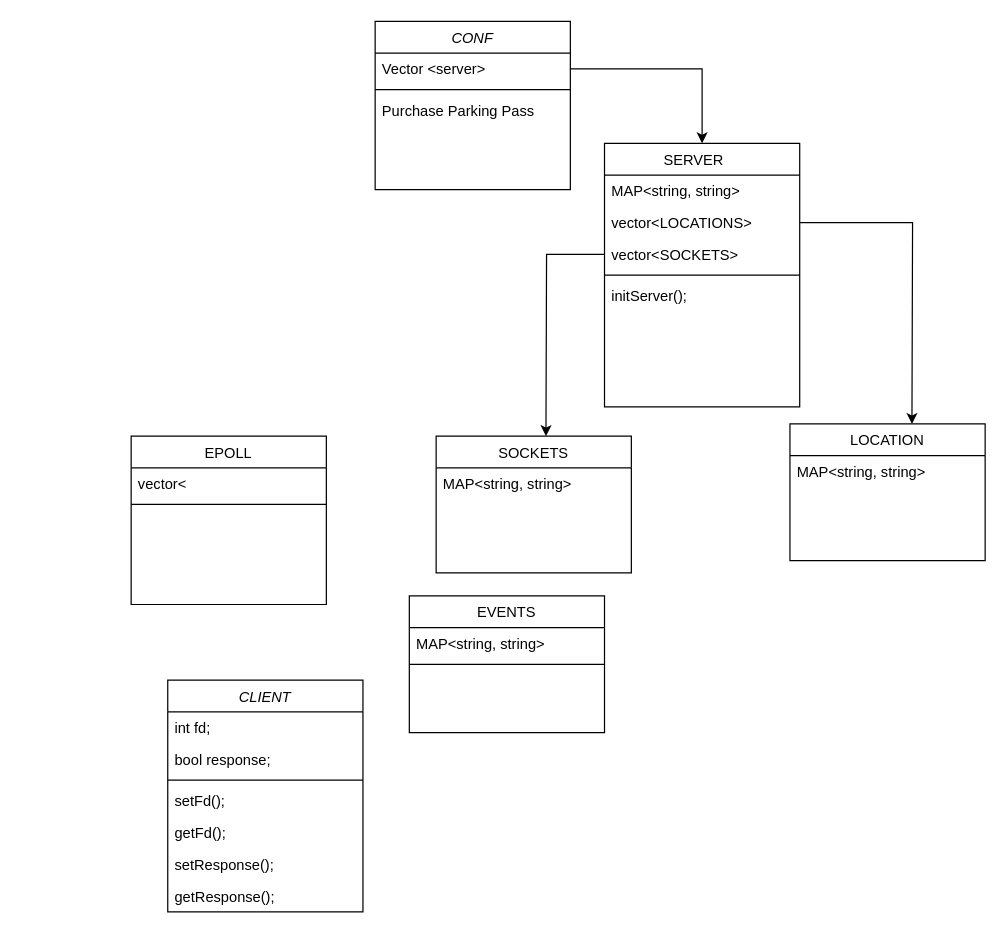
The draw.io diagram server/include/Diagrama sem nome.drawio in Andrefcampos/Web_Server_42sp, before the edit. Source tidied: cells renumbered, new cells numbered last; positions are measured from the earlier drawing's top-left corner, leaving out a move shared by most shapes. Both pictures are drawn from the tidied source at 122%, with x=0, y=0 at pixel (131, 21).
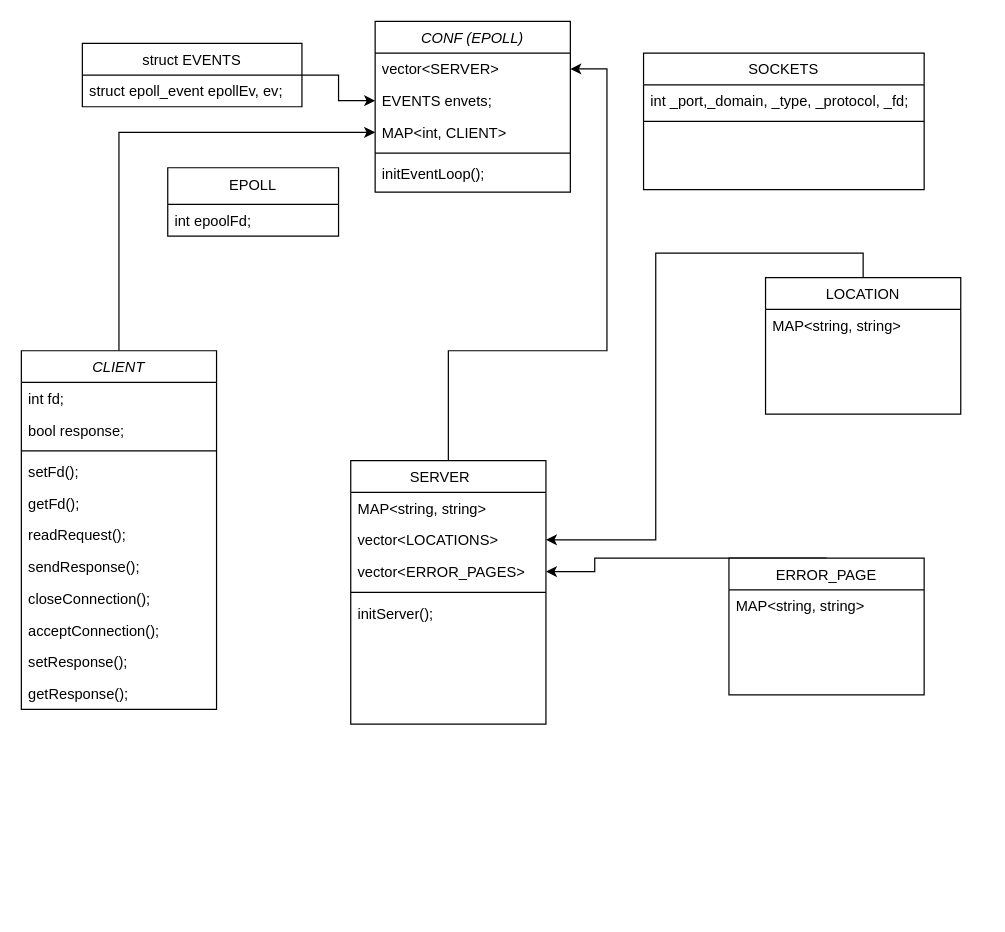
The same page after the edit.

Unchanged cells that the change refers to:
```xml
<mxCell id="14" value="vector&lt;LOCATIONS&gt;" style="text;align=left;verticalAlign=top;spacingLeft=4;spacingRight=4;overflow=hidden;points=[[0,0.5],[1,0.5]];portConstraint=eastwest;rounded=0;shadow=0;html=0;" parent="11" vertex="1">
  <mxGeometry y="52" width="160" height="26" as="geometry" />
</mxCell>
```

Diff of the diagram source:
```diff
@@
-    <mxCell id="2" value="CONF" style="swimlane;fontStyle=2;align=center;verticalAlign=top;horizontal=1;startSize=26;rounded=0;shadow=0;strokeWidth=1;" parent="1" vertex="1">
-      <mxGeometry x="200" width="160" height="138" as="geometry" />
+    <mxCell id="2" value="CONF (EPOLL)" style="swimlane;fontStyle=2;align=center;verticalAlign=top;horizontal=1;startSize=26;rounded=0;shadow=0;strokeWidth=1;" parent="1" vertex="1">
+      <mxGeometry x="200" width="160" height="140" as="geometry" />
     </mxCell>
-    <mxCell id="3" value="Vector &lt;server&gt;" style="text;align=left;verticalAlign=top;spacingLeft=4;spacingRight=4;overflow=hidden;points=[[0,0.5],[1,0.5]];portConstraint=eastwest;rounded=0;shadow=0;html=0;" parent="2" vertex="1">
+    <mxCell id="3" value="vector&lt;SERVER&gt;" style="text;align=left;verticalAlign=top;spacingLeft=4;spacingRight=4;overflow=hidden;points=[[0,0.5],[1,0.5]];portConstraint=eastwest;rounded=0;shadow=0;html=0;" parent="2" vertex="1">
       <mxGeometry y="26" width="160" height="26" as="geometry" />
     </mxCell>
+    <mxCell id="33" value="EVENTS envets;" style="text;align=left;verticalAlign=top;spacingLeft=4;spacingRight=4;overflow=hidden;points=[[0,0.5],[1,0.5]];portConstraint=eastwest;rounded=0;shadow=0;html=0;" parent="2" vertex="1">
+      <mxGeometry y="52" width="160" height="26" as="geometry" />
+    </mxCell>
+    <mxCell id="34" value="MAP&lt;int, CLIENT&gt;" style="text;align=left;verticalAlign=top;spacingLeft=4;spacingRight=4;overflow=hidden;points=[[0,0.5],[1,0.5]];portConstraint=eastwest;rounded=0;shadow=0;html=0;" parent="2" vertex="1">
+      <mxGeometry y="78" width="160" height="26" as="geometry" />
+    </mxCell>
     <mxCell id="4" style="line;html=1;strokeWidth=1;align=left;verticalAlign=middle;spacingTop=-1;spacingLeft=3;spacingRight=3;labelPosition=right;" parent="2" vertex="1">
-      <mxGeometry y="52" width="160" height="8" as="geometry" />
+      <mxGeometry y="104" width="160" height="8" as="geometry" />
     </mxCell>
-    <mxCell id="5" value="Purchase Parking Pass" style="text;align=left;verticalAlign=top;spacingLeft=4;spacingRight=4;overflow=hidden;" parent="2" vertex="1">
-      <mxGeometry y="60" width="160" height="26" as="geometry" />
+    <mxCell id="5" value="initEventLoop();" style="text;align=left;verticalAlign=top;spacingLeft=4;spacingRight=4;overflow=hidden;" parent="2" vertex="1">
+      <mxGeometry y="112" width="160" height="26" as="geometry" />
     </mxCell>
-    <mxCell id="6" value="EPOLL" style="swimlane;fontStyle=0;align=center;verticalAlign=top;horizontal=1;startSize=26;rounded=0;shadow=0;strokeWidth=1;" parent="1" vertex="1">
-      <mxGeometry y="340" width="160" height="138" as="geometry" />
-    </mxCell>
-    <mxCell id="7" value="vector&lt;" style="text;align=left;verticalAlign=top;spacingLeft=4;spacingRight=4;overflow=hidden;" parent="6" vertex="1">
-      <mxGeometry y="26" width="160" height="26" as="geometry" />
-    </mxCell>
-    <mxCell id="8" style="line;html=1;strokeWidth=1;align=left;verticalAlign=middle;spacingTop=-1;spacingLeft=3;spacingRight=3;labelPosition=right;" parent="6" vertex="1">
-      <mxGeometry y="52" width="160" height="8" as="geometry" />
-    </mxCell>
+    <mxCell id="35" style="edgeStyle=orthogonalEdgeStyle;rounded=0;jettySize=auto;html=1;exitX=0.5;exitY=0;exitDx=0;exitDy=0;" parent="1" edge="1" source="9" target="14">
+      <mxGeometry relative="1" as="geometry" />
+    </mxCell>
     <mxCell id="9" value="LOCATION" style="swimlane;fontStyle=0;align=center;verticalAlign=top;horizontal=1;startSize=26;rounded=0;shadow=0;strokeWidth=1;" parent="1" vertex="1">
-      <mxGeometry x="540" y="330" width="160" height="112" as="geometry" />
+      <mxGeometry x="520" y="210" width="160" height="112" as="geometry" />
     </mxCell>
@@
+    <mxCell id="36" style="edgeStyle=orthogonalEdgeStyle;rounded=0;orthogonalLoop=1;jettySize=auto;html=1;exitX=0.5;exitY=0;exitDx=0;exitDy=0;entryX=1;entryY=0.5;entryDx=0;entryDy=0;" parent="1" edge="1">
+      <mxGeometry relative="1" as="geometry">
+        <mxPoint x="260" y="360" as="sourcePoint" />
+        <mxPoint x="360" y="39" as="targetPoint" />
+        <Array as="points">
+          <mxPoint x="260" y="270" />
+          <mxPoint x="390" y="270" />
+          <mxPoint x="390" y="39" />
+        </Array>
+      </mxGeometry>
+    </mxCell>
     <mxCell id="11" value="SERVER    " style="swimlane;fontStyle=0;align=center;verticalAlign=top;horizontal=1;startSize=26;rounded=0;shadow=0;strokeWidth=1;" parent="1" vertex="1">
-      <mxGeometry x="388" y="100" width="160" height="216" as="geometry" />
+      <mxGeometry x="180" y="360" width="160" height="216" as="geometry" />
     </mxCell>
@@
-    <mxCell id="13" style="edgeStyle=orthogonalEdgeStyle;rounded=0;jettySize=auto;html=1;exitX=1;exitY=0.5;exitDx=0;exitDy=0;" parent="11" edge="1" source="14">
-      <mxGeometry relative="1" as="geometry">
-        <mxPoint x="252" y="230" as="targetPoint" />
-      </mxGeometry>
-    </mxCell>
@@
-    <mxCell id="15" value="vector&lt;SOCKETS&gt;" style="text;align=left;verticalAlign=top;spacingLeft=4;spacingRight=4;overflow=hidden;points=[[0,0.5],[1,0.5]];portConstraint=eastwest;rounded=0;shadow=0;html=0;" parent="11" vertex="1">
+    <mxCell id="15" value="vector&lt;ERROR_PAGES&gt;" style="text;align=left;verticalAlign=top;spacingLeft=4;spacingRight=4;overflow=hidden;points=[[0,0.5],[1,0.5]];portConstraint=eastwest;rounded=0;shadow=0;html=0;" parent="11" vertex="1">
       <mxGeometry y="78" width="160" height="26" as="geometry" />
     </mxCell>
@@
+    <mxCell id="37" style="edgeStyle=orthogonalEdgeStyle;rounded=0;jettySize=auto;html=1;exitX=0.5;exitY=0;exitDx=0;exitDy=0;entryX=0;entryY=0.5;entryDx=0;entryDy=0;" parent="1" edge="1" source="18" target="34">
+      <mxGeometry relative="1" as="geometry" />
+    </mxCell>
     <mxCell id="18" value="CLIENT" style="swimlane;fontStyle=2;align=center;verticalAlign=top;horizontal=1;startSize=26;rounded=0;shadow=0;strokeWidth=1;" parent="1" vertex="1">
-      <mxGeometry x="30" y="540" width="160" height="190" as="geometry" />
+      <mxGeometry x="-90" y="270" width="160" height="294" as="geometry" />
     </mxCell>
@@
+    <mxCell id="38" value="readRequest();" style="text;align=left;verticalAlign=top;spacingLeft=4;spacingRight=4;overflow=hidden;" parent="18" vertex="1">
+      <mxGeometry y="138" width="160" height="26" as="geometry" />
+    </mxCell>
+    <mxCell id="39" value="sendResponse();" style="text;align=left;verticalAlign=top;spacingLeft=4;spacingRight=4;overflow=hidden;" parent="18" vertex="1">
+      <mxGeometry y="164" width="160" height="26" as="geometry" />
+    </mxCell>
+    <mxCell id="40" value="closeConnection();" style="text;align=left;verticalAlign=top;spacingLeft=4;spacingRight=4;overflow=hidden;" parent="18" vertex="1">
+      <mxGeometry y="190" width="160" height="26" as="geometry" />
+    </mxCell>
+    <mxCell id="41" value="acceptConnection();" style="text;align=left;verticalAlign=top;spacingLeft=4;spacingRight=4;overflow=hidden;" parent="18" vertex="1">
+      <mxGeometry y="216" width="160" height="26" as="geometry" />
+    </mxCell>
     <mxCell id="24" value="setResponse();" style="text;align=left;verticalAlign=top;spacingLeft=4;spacingRight=4;overflow=hidden;" parent="18" vertex="1">
-      <mxGeometry y="138" width="160" height="26" as="geometry" />
+      <mxGeometry y="242" width="160" height="26" as="geometry" />
     </mxCell>
     <mxCell id="25" value="getResponse();" style="text;align=left;verticalAlign=top;spacingLeft=4;spacingRight=4;overflow=hidden;" parent="18" vertex="1">
-      <mxGeometry y="164" width="160" height="26" as="geometry" />
+      <mxGeometry y="268" width="160" height="26" as="geometry" />
     </mxCell>
+    <mxCell id="42" style="edgeStyle=orthogonalEdgeStyle;rounded=0;jettySize=auto;html=1;exitX=1;exitY=0.5;exitDx=0;exitDy=0;entryX=0;entryY=0.5;entryDx=0;entryDy=0;" parent="1" edge="1" source="26" target="33">
+      <mxGeometry relative="1" as="geometry" />
+    </mxCell>
-    <mxCell id="26" value="EVENTS" style="swimlane;fontStyle=0;align=center;verticalAlign=top;horizontal=1;startSize=26;rounded=0;shadow=0;strokeWidth=1;" parent="1" vertex="1">
-      <mxGeometry x="228" y="471" width="160" height="112" as="geometry" />
+    <mxCell id="26" value="struct EVENTS" style="swimlane;fontStyle=0;align=center;verticalAlign=top;horizontal=1;startSize=26;rounded=0;shadow=0;strokeWidth=1;" parent="1" vertex="1">
+      <mxGeometry x="-40" y="18" width="180" height="52" as="geometry" />
     </mxCell>
-    <mxCell id="27" value="MAP&lt;string, string&gt;" style="text;align=left;verticalAlign=top;spacingLeft=4;spacingRight=4;overflow=hidden;" parent="26" vertex="1">
-      <mxGeometry y="26" width="160" height="26" as="geometry" />
-    </mxCell>
-    <mxCell id="28" style="line;html=1;strokeWidth=1;align=left;verticalAlign=middle;spacingTop=-1;spacingLeft=3;spacingRight=3;labelPosition=right;" parent="26" vertex="1">
-      <mxGeometry y="52" width="160" height="8" as="geometry" />
-    </mxCell>
-    <mxCell id="29" style="edgeStyle=orthogonalEdgeStyle;rounded=0;jettySize=auto;html=1;exitX=0;exitY=0.5;exitDx=0;exitDy=0;" parent="1" edge="1" source="15">
-      <mxGeometry relative="1" as="geometry">
-        <mxPoint x="340" y="340" as="targetPoint" />
-      </mxGeometry>
-    </mxCell>
+    <mxCell id="43" value="struct epoll_event epollEv, ev;" style="text;align=left;verticalAlign=top;spacingLeft=4;spacingRight=4;overflow=hidden;" parent="26" vertex="1">
+      <mxGeometry y="26" width="180" height="24" as="geometry" />
+    </mxCell>
     <mxCell id="30" value="SOCKETS" style="swimlane;fontStyle=0;align=center;verticalAlign=top;horizontal=1;startSize=26;rounded=0;shadow=0;strokeWidth=1;" parent="1" vertex="1">
-      <mxGeometry x="250" y="340" width="160" height="112" as="geometry" />
+      <mxGeometry x="420" y="26" width="230" height="112" as="geometry" />
     </mxCell>
-    <mxCell id="31" value="MAP&lt;string, string&gt;" style="text;align=left;verticalAlign=top;spacingLeft=4;spacingRight=4;overflow=hidden;" parent="30" vertex="1">
-      <mxGeometry y="26" width="160" height="26" as="geometry" />
+    <mxCell id="31" value="int _port,_domain, _type, _protocol, _fd;" style="text;align=left;verticalAlign=top;spacingLeft=4;spacingRight=4;overflow=hidden;" parent="30" vertex="1">
+      <mxGeometry y="26" width="230" height="26" as="geometry" />
     </mxCell>
-    <mxCell id="32" style="edgeStyle=orthogonalEdgeStyle;rounded=0;jettySize=auto;html=1;exitX=1;exitY=0.5;exitDx=0;exitDy=0;entryX=0.5;entryY=0;entryDx=0;entryDy=0;" parent="1" edge="1" source="3" target="11">
-      <mxGeometry relative="1" as="geometry" />
-    </mxCell>
+    <mxCell id="44" style="edgeStyle=orthogonalEdgeStyle;rounded=0;jettySize=auto;html=1;exitX=0.5;exitY=0;exitDx=0;exitDy=0;entryX=1;entryY=0.5;entryDx=0;entryDy=0;" parent="1" edge="1" source="45" target="15">
+      <mxGeometry relative="1" as="geometry">
+        <Array as="points">
+          <mxPoint x="500" y="440" />
+          <mxPoint x="380" y="440" />
+          <mxPoint x="380" y="451" />
+        </Array>
+      </mxGeometry>
+    </mxCell>
+    <mxCell id="45" value="ERROR_PAGE" style="swimlane;fontStyle=0;align=center;verticalAlign=top;horizontal=1;startSize=26;rounded=0;shadow=0;strokeWidth=1;" parent="1" vertex="1">
+      <mxGeometry x="490" y="440" width="160" height="112" as="geometry" />
+    </mxCell>
+    <mxCell id="27" value="MAP&lt;string, string&gt;" style="text;align=left;verticalAlign=top;spacingLeft=4;spacingRight=4;overflow=hidden;" parent="45" vertex="1">
+      <mxGeometry y="26" width="160" height="26" as="geometry" />
+    </mxCell>
+    <mxCell id="6" value="EPOLL" style="swimlane;fontStyle=0;horizontal=1;startSize=30;whiteSpace=wrap;html=1;" parent="1" vertex="1">
+      <mxGeometry x="30" y="120" width="140" height="56" as="geometry" />
+    </mxCell>
+    <mxCell id="7" value="int epoolFd;" style="text;align=left;verticalAlign=top;spacingLeft=4;spacingRight=4;overflow=hidden;" parent="6" vertex="1">
+      <mxGeometry y="30" width="140" height="26" as="geometry" />
+    </mxCell>
+    <mxCell id="46" style="endArrow=none;html=1;rounded=0;entryX=1;entryY=0.5;entryDx=0;entryDy=0;exitX=0;exitY=0.5;exitDx=0;exitDy=0;" parent="1" edge="1" source="30" target="30">
+      <mxGeometry relative="1" as="geometry" />
+    </mxCell>
```
